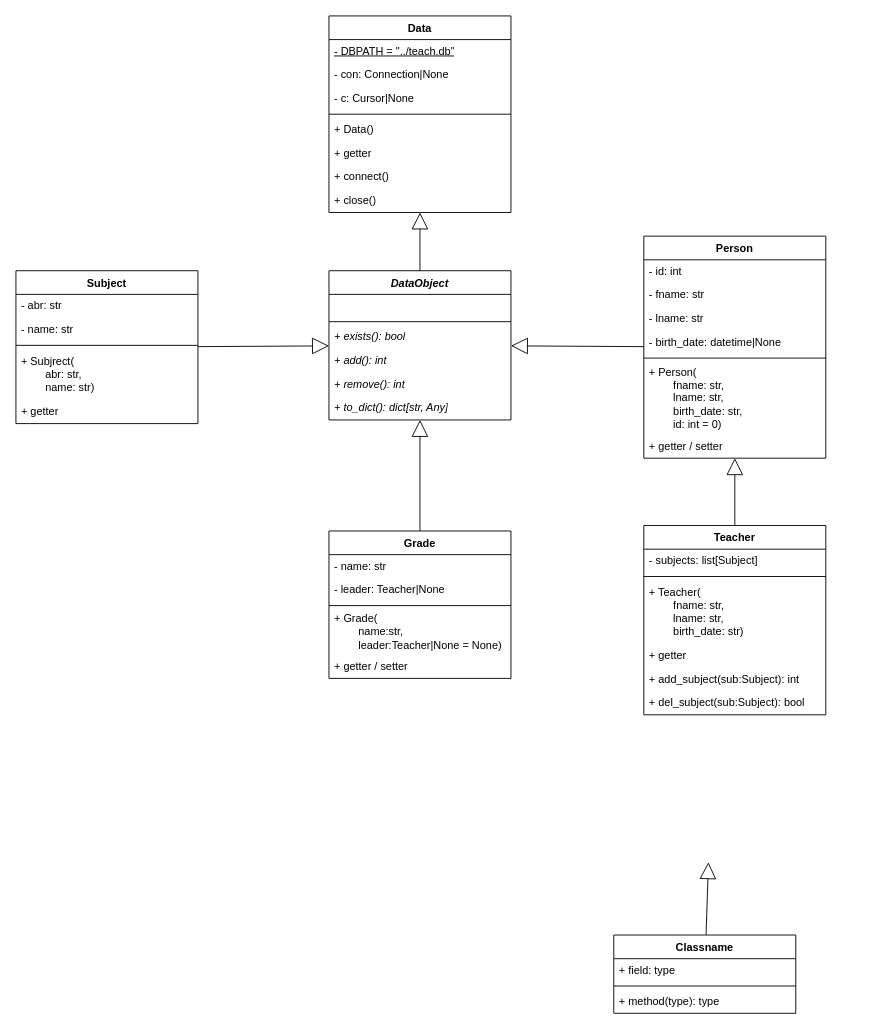
elma1989/teach keeps this draw.io diagram as drafts/database.drawio. Above is the earlier version. Source tidied: cells renumbered, new cells numbered last; positions are measured from the earlier drawing's top-left corner, leaving out a move shared by most shapes. Both pictures are drawn from the tidied source at 91%, with x=0, y=0 at pixel (15, 15).
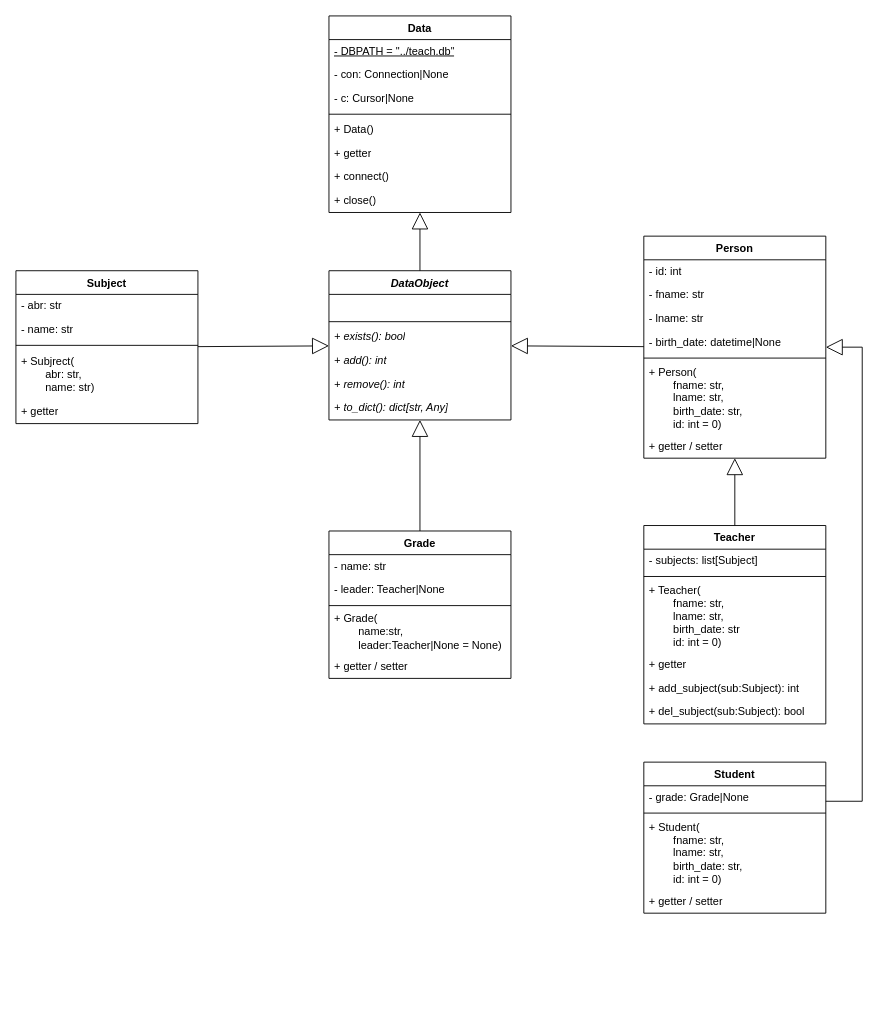
Above is the later version.

The change refers to these unchanged cells:
```xml
<mxCell id="31" value="Person" style="swimlane;fontStyle=1;align=center;verticalAlign=top;horizontal=1;startSize=26;whiteSpace=wrap;html=1;" parent="1" vertex="1">
  <mxGeometry x="690" y="242" width="200" height="244" as="geometry" />
</mxCell>
```

The edit, as a diff of the source:
```diff
@@
-    <mxCell id="2" value="Classname" style="swimlane;fontStyle=1;align=center;verticalAlign=top;horizontal=1;startSize=26;whiteSpace=wrap;html=1;" parent="1" vertex="1">
-      <mxGeometry x="657" y="1010" width="200" height="86" as="geometry" />
+    <mxCell id="2" value="Student" style="swimlane;fontStyle=1;align=center;verticalAlign=top;horizontal=1;startSize=26;whiteSpace=wrap;html=1;" parent="1" vertex="1">
+      <mxGeometry x="690" y="820" width="200" height="166" as="geometry" />
     </mxCell>
-    <mxCell id="3" value="+ field: type" style="text;strokeColor=none;fillColor=none;align=left;verticalAlign=middle;spacingLeft=4;spacingRight=4;overflow=hidden;whiteSpace=wrap;html=1;" parent="2" vertex="1">
+    <mxCell id="3" value="- grade: Grade|None" style="text;strokeColor=none;fillColor=none;align=left;verticalAlign=middle;spacingLeft=4;spacingRight=4;overflow=hidden;whiteSpace=wrap;html=1;" parent="2" vertex="1">
       <mxGeometry y="26" width="200" height="26" as="geometry" />
     </mxCell>
@@
-    <mxCell id="5" value="+ method(type): type" style="text;strokeColor=none;fillColor=none;align=left;verticalAlign=middle;spacingLeft=4;spacingRight=4;overflow=hidden;whiteSpace=wrap;html=1;" parent="2" vertex="1">
-      <mxGeometry y="60" width="200" height="26" as="geometry" />
+    <mxCell id="5" value="&lt;div&gt;+ Student(&lt;/div&gt;&lt;div&gt;&lt;span style=&quot;white-space: pre;&quot;&gt;&#9;&lt;/span&gt;fname: str,&lt;/div&gt;&lt;div&gt;&lt;span style=&quot;white-space: pre;&quot;&gt;&#9;&lt;/span&gt;lname: str,&lt;/div&gt;&lt;div&gt;&lt;span style=&quot;white-space: pre;&quot;&gt;&#9;&lt;/span&gt;birth_date: str,&lt;/div&gt;&lt;div&gt;&lt;span style=&quot;white-space: pre;&quot;&gt;&#9;&lt;/span&gt;id: int = 0)&lt;br&gt;&lt;/div&gt;" style="text;strokeColor=none;fillColor=none;align=left;verticalAlign=middle;spacingLeft=4;spacingRight=4;overflow=hidden;whiteSpace=wrap;html=1;" parent="2" vertex="1">
+      <mxGeometry y="60" width="200" height="80" as="geometry" />
     </mxCell>
+    <mxCell id="55" value="+ getter / setter" style="text;strokeColor=none;fillColor=none;align=left;verticalAlign=middle;spacingLeft=4;spacingRight=4;overflow=hidden;whiteSpace=wrap;html=1;" parent="2" vertex="1">
+      <mxGeometry y="140" width="200" height="26" as="geometry" />
+    </mxCell>
@@
-    <mxCell id="22" style="endArrow=block;endSize=16;endFill=0;html=1;rounded=0;" parent="1" edge="1" source="2">
+    <mxCell id="22" style="endArrow=block;endSize=16;endFill=0;html=1;rounded=0;edgeStyle=orthogonalEdgeStyle;" parent="1" edge="1" source="2" target="31">
       <mxGeometry relative="1" as="geometry">
-        <mxPoint x="761" y="930" as="targetPoint" />
+        <Array as="points">
+          <mxPoint x="930" y="863" />
+          <mxPoint x="930" y="364" />
+        </Array>
       </mxGeometry>
     </mxCell>
@@
     <mxCell id="40" value="Teacher" style="swimlane;fontStyle=1;align=center;verticalAlign=top;horizontal=1;startSize=26;whiteSpace=wrap;html=1;" parent="1" vertex="1">
-      <mxGeometry x="690" y="560" width="200" height="208" as="geometry" />
+      <mxGeometry x="690" y="560" width="200" height="218" as="geometry" />
     </mxCell>
@@
-    <mxCell id="43" value="&lt;div&gt;+ Teacher(&lt;/div&gt;&lt;div&gt;&lt;span style=&quot;white-space: pre;&quot;&gt;&#9;&lt;/span&gt;fname: str,&lt;/div&gt;&lt;div&gt;&lt;span style=&quot;white-space: pre;&quot;&gt;&#9;&lt;/span&gt;lname: str,&lt;/div&gt;&lt;div&gt;&lt;span style=&quot;white-space: pre;&quot;&gt;&#9;&lt;/span&gt;birth_date: str)&lt;br&gt;&lt;/div&gt;" style="text;strokeColor=none;fillColor=none;align=left;verticalAlign=middle;spacingLeft=4;spacingRight=4;overflow=hidden;whiteSpace=wrap;html=1;" parent="40" vertex="1">
-      <mxGeometry y="60" width="200" height="70" as="geometry" />
+    <mxCell id="43" value="&lt;div&gt;+ Teacher(&lt;/div&gt;&lt;div&gt;&lt;span style=&quot;white-space: pre;&quot;&gt;&#9;&lt;/span&gt;fname: str,&lt;/div&gt;&lt;div&gt;&lt;span style=&quot;white-space: pre;&quot;&gt;&#9;&lt;/span&gt;lname: str,&lt;/div&gt;&lt;div&gt;&lt;span style=&quot;white-space: pre;&quot;&gt;&#9;&lt;/span&gt;birth_date: str&lt;/div&gt;&lt;div&gt;&lt;span style=&quot;white-space: pre;&quot;&gt;&#9;&lt;/span&gt;id: int = 0)&lt;br&gt;&lt;/div&gt;" style="text;strokeColor=none;fillColor=none;align=left;verticalAlign=middle;spacingLeft=4;spacingRight=4;overflow=hidden;whiteSpace=wrap;html=1;" parent="40" vertex="1">
+      <mxGeometry y="60" width="200" height="80" as="geometry" />
     </mxCell>
     <mxCell id="44" value="+ getter" style="text;strokeColor=none;fillColor=none;align=left;verticalAlign=middle;spacingLeft=4;spacingRight=4;overflow=hidden;whiteSpace=wrap;html=1;" parent="40" vertex="1">
-      <mxGeometry y="130" width="200" height="26" as="geometry" />
+      <mxGeometry y="140" width="200" height="26" as="geometry" />
     </mxCell>
     <mxCell id="45" value="+ add_subject(sub:Subject): int" style="text;strokeColor=none;fillColor=none;align=left;verticalAlign=middle;spacingLeft=4;spacingRight=4;overflow=hidden;whiteSpace=wrap;html=1;" parent="40" vertex="1">
-      <mxGeometry y="156" width="200" height="26" as="geometry" />
+      <mxGeometry y="166" width="200" height="26" as="geometry" />
     </mxCell>
     <mxCell id="46" value="+ del_subject(sub:Subject): bool" style="text;strokeColor=none;fillColor=none;align=left;verticalAlign=middle;spacingLeft=4;spacingRight=4;overflow=hidden;whiteSpace=wrap;html=1;" parent="40" vertex="1">
-      <mxGeometry y="182" width="200" height="26" as="geometry" />
+      <mxGeometry y="192" width="200" height="26" as="geometry" />
     </mxCell>
```
